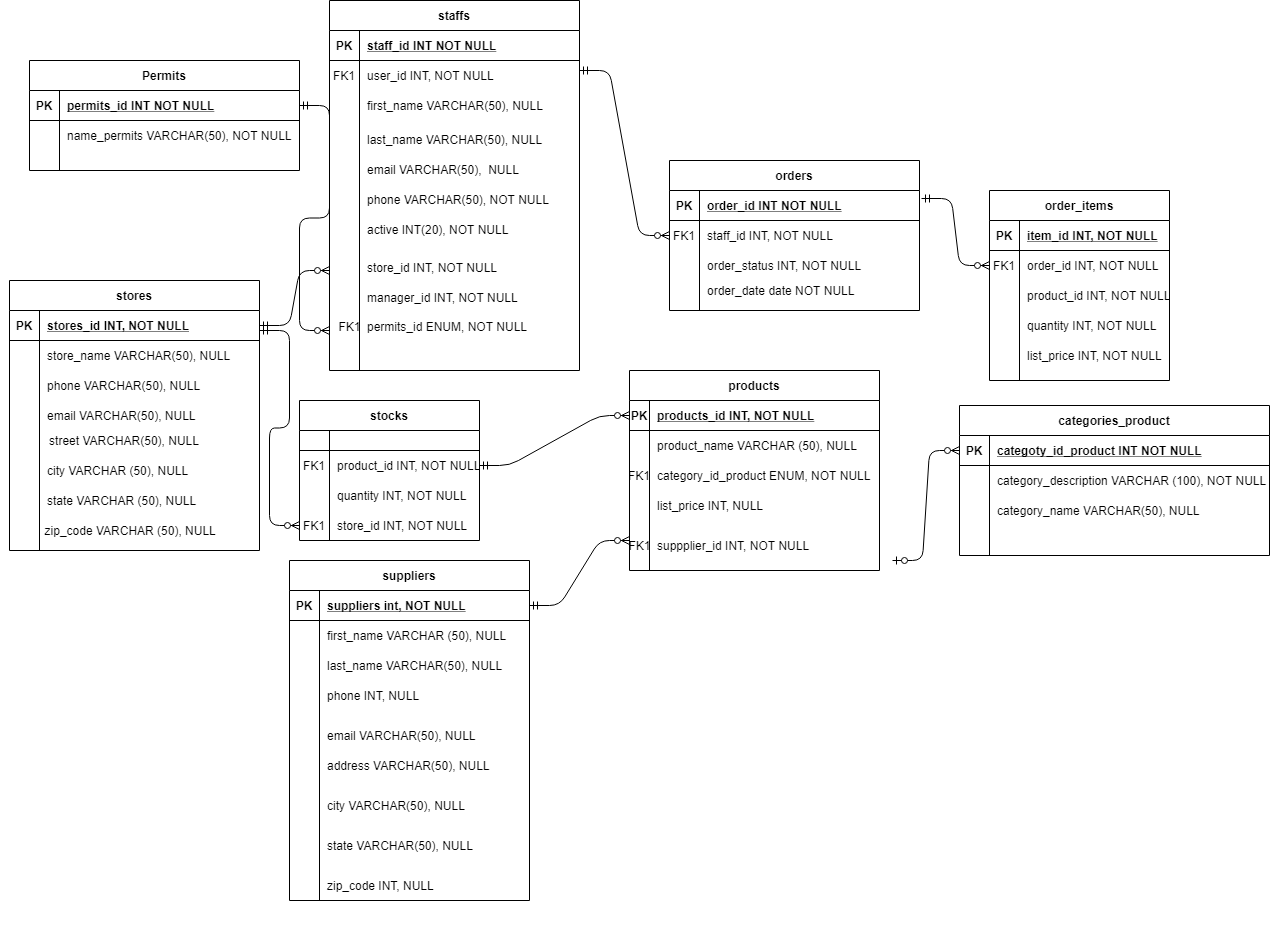
The draw.io diagram RestaSoft Diagram.png in RestaSoft/RestaSoft, before a commit. Source tidied: cells renumbered, new cells last; positions are measured from the earlier drawing's top-left corner, leaving out a move shared by most shapes.
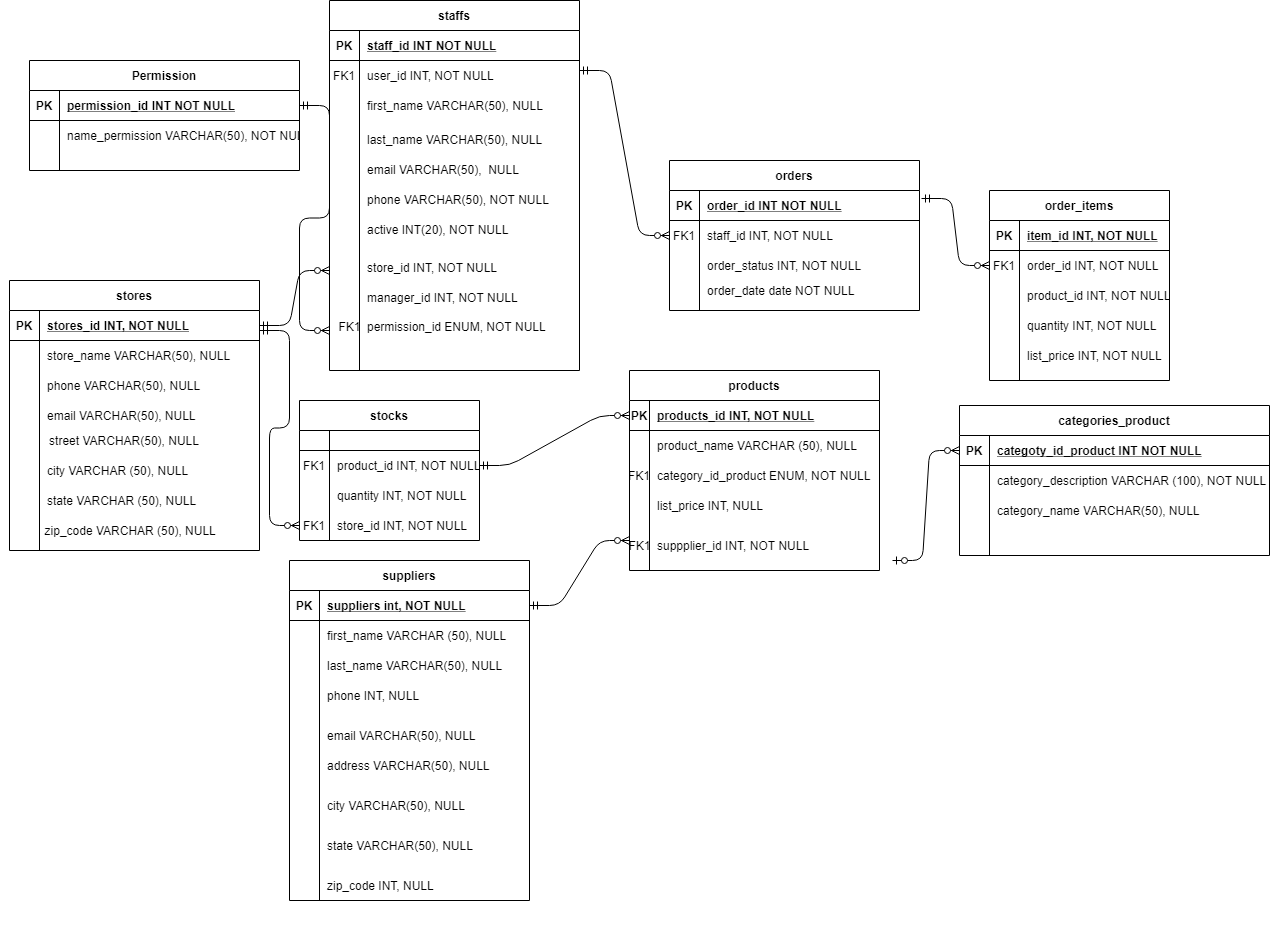
After the change.

Change to the diagram source:
```diff
@@ -98,7 +98,7 @@
     <mxCell id="33" value="store_id INT, NOT NULL" style="shape=partialRectangle;fillColor=none;top=0;left=0;bottom=0;right=0;align=left;spacingLeft=6;overflow=hidden;" parent="31" vertex="1">
       <mxGeometry x="30" width="150" height="30" as="geometry" />
     </mxCell>
-    <mxCell id="34" value="permits_id ENUM, NOT NULL" style="shape=partialRectangle;overflow=hidden;fillColor=none;top=0;left=0;bottom=0;right=0;align=left;spacingLeft=6;" parent="2" vertex="1">
+    <mxCell id="34" value="permission_id ENUM, NOT NULL" style="shape=partialRectangle;overflow=hidden;fillColor=none;top=0;left=0;bottom=0;right=0;align=left;spacingLeft=6;" parent="2" vertex="1">
       <mxGeometry x="30" y="307.2" width="220" height="37.9" as="geometry" />
     </mxCell>
     <mxCell id="35" style="group;" parent="1" vertex="1">
@@ -438,7 +438,7 @@
         <mxPoint x="629" y="540" as="targetPoint" />
       </mxGeometry>
     </mxCell>
-    <mxCell id="144" value="Permits" style="shape=table;startSize=30;rowLines=0;fontStyle=1;align=center;" parent="1" vertex="1">
+    <mxCell id="144" value="Permission" style="shape=table;startSize=30;rowLines=0;fontStyle=1;align=center;" parent="1" vertex="1">
       <mxGeometry x="29" y="60" width="270" height="110" as="geometry" />
     </mxCell>
     <mxCell id="145" style="shape=partialRectangle;fillColor=none;top=0;left=0;bottom=1;right=0;points=[[0,0.5],[1,0.5]];portConstraint=eastwest;" parent="144" vertex="1">
@@ -447,7 +447,7 @@
     <mxCell id="146" value="PK" style="shape=partialRectangle;fillColor=none;top=0;left=0;bottom=0;right=0;fontStyle=1;overflow=hidden;" parent="145" vertex="1">
       <mxGeometry width="30" height="30" as="geometry" />
     </mxCell>
-    <mxCell id="147" value="permits_id INT NOT NULL" style="shape=partialRectangle;fillColor=none;top=0;left=0;bottom=0;right=0;align=left;spacingLeft=6;fontStyle=5;overflow=hidden;" parent="145" vertex="1">
+    <mxCell id="147" value="permission_id INT NOT NULL" style="shape=partialRectangle;fillColor=none;top=0;left=0;bottom=0;right=0;align=left;spacingLeft=6;fontStyle=5;overflow=hidden;" parent="145" vertex="1">
       <mxGeometry x="30" width="240" height="30" as="geometry" />
     </mxCell>
     <mxCell id="148" style="shape=partialRectangle;fillColor=none;top=0;left=0;bottom=0;right=0;" parent="144" vertex="1">
@@ -456,7 +456,7 @@
     <mxCell id="149" style="shape=partialRectangle;fillColor=none;top=0;left=0;bottom=0;right=0;overflow=hidden;" parent="148" vertex="1">
       <mxGeometry width="30" height="30" as="geometry" />
     </mxCell>
-    <mxCell id="150" value="name_permits VARCHAR(50), NOT NULL" style="shape=partialRectangle;fillColor=none;top=0;left=0;bottom=0;right=0;align=left;spacingLeft=6;overflow=hidden;" parent="148" vertex="1">
+    <mxCell id="150" value="name_permission VARCHAR(50), NOT NULL" style="shape=partialRectangle;fillColor=none;top=0;left=0;bottom=0;right=0;align=left;spacingLeft=6;overflow=hidden;" parent="148" vertex="1">
       <mxGeometry x="30" width="240" height="30" as="geometry" />
     </mxCell>
     <mxCell id="151" style="shape=partialRectangle;fillColor=none;top=0;left=0;bottom=0;right=0;" parent="144" vertex="1">
```
